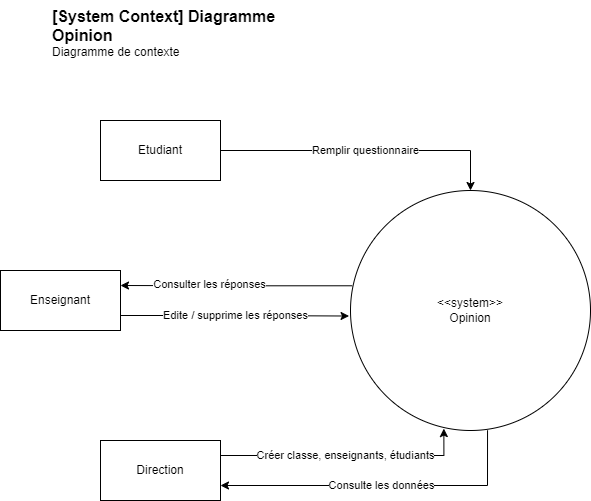
Before: Diagrammes/DiagrammeContext.drawio.png, a diagram exported from draw.io (Devetik/Diagrammes). Source tidied: cells renumbered, new cells last; positions are measured from the earlier drawing's top-left corner, leaving out a move shared by most shapes.
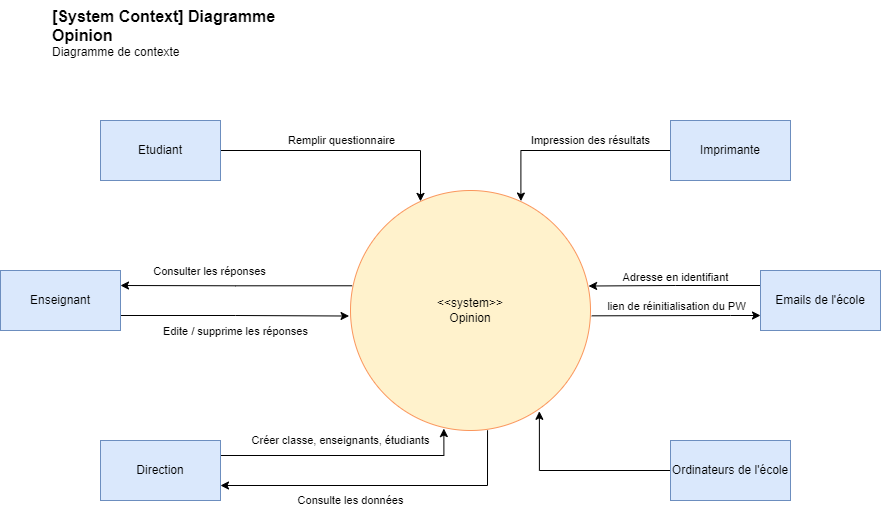
Above is the later version.

What changed in the source:
```diff
@@ -3,33 +3,39 @@
     <mxCell id="0" />
     <mxCell id="1" parent="0" />
     <mxCell id="2" value="Remplir questionnaire" style="edgeStyle=orthogonalEdgeStyle;rounded=0;jettySize=auto;html=1;exitX=1;exitY=0.5;exitDx=0;exitDy=0;" parent="1" edge="1" source="3" target="11">
-      <mxGeometry relative="1" as="geometry" />
+      <mxGeometry x="-0.03" y="10" relative="1" as="geometry">
+        <Array as="points">
+          <mxPoint x="420" y="150" />
+        </Array>
+      </mxGeometry>
     </mxCell>
-    <mxCell id="3" value="Etudiant" style="rounded=0;whiteSpace=wrap;html=1;gradientColor=none;fillColor=none;" parent="1" vertex="1">
+    <mxCell id="3" value="Etudiant" style="rounded=0;whiteSpace=wrap;html=1;fillColor=#dae8fc;strokeColor=#6c8ebf;" parent="1" vertex="1">
       <mxGeometry x="100" y="120" width="120" height="60" as="geometry" />
     </mxCell>
     <mxCell id="4" value="Edite / supprime les réponses" style="edgeStyle=orthogonalEdgeStyle;rounded=0;jettySize=auto;html=1;exitX=1;exitY=0.75;exitDx=0;exitDy=0;entryX=-0.006;entryY=0.523;entryDx=0;entryDy=0;entryPerimeter=0;" parent="1" edge="1" source="5" target="11">
-      <mxGeometry relative="1" as="geometry" />
+      <mxGeometry x="0.01" y="-15" relative="1" as="geometry" />
     </mxCell>
-    <mxCell id="5" value="Enseignant" style="rounded=0;whiteSpace=wrap;html=1;fillColor=none;gradientColor=none;" parent="1" vertex="1">
+    <mxCell id="5" value="Enseignant" style="rounded=0;whiteSpace=wrap;html=1;fillColor=#dae8fc;strokeColor=#6c8ebf;" parent="1" vertex="1">
       <mxGeometry y="270" width="120" height="60" as="geometry" />
     </mxCell>
     <mxCell id="6" value="Créer classe, enseignants, étudiants" style="edgeStyle=orthogonalEdgeStyle;rounded=0;jettySize=auto;html=1;exitX=1;exitY=0.25;exitDx=0;exitDy=0;entryX=0.389;entryY=0.992;entryDx=0;entryDy=0;entryPerimeter=0;" parent="1" edge="1" source="7" target="11">
-      <mxGeometry relative="1" as="geometry" />
+      <mxGeometry x="-0.04" y="15" relative="1" as="geometry" />
     </mxCell>
-    <mxCell id="7" value="Direction" style="rounded=0;whiteSpace=wrap;html=1;fillColor=none;gradientColor=none;" parent="1" vertex="1">
+    <mxCell id="7" value="Direction" style="rounded=0;whiteSpace=wrap;html=1;fillColor=#dae8fc;strokeColor=#6c8ebf;" parent="1" vertex="1">
       <mxGeometry x="100" y="440" width="120" height="60" as="geometry" />
     </mxCell>
     <mxCell id="8" style="edgeStyle=orthogonalEdgeStyle;rounded=0;jettySize=auto;html=1;exitX=0.007;exitY=0.397;exitDx=0;exitDy=0;entryX=1;entryY=0.25;entryDx=0;entryDy=0;exitPerimeter=0;" parent="1" edge="1" source="11" target="5">
       <mxGeometry relative="1" as="geometry" />
     </mxCell>
     <mxCell id="9" value="Consulter les réponses" style="edgeLabel;html=1;align=center;verticalAlign=middle;" parent="8" vertex="1">
-      <mxGeometry x="0.24" y="-2" relative="1" as="geometry" />
+      <mxGeometry x="0.24" y="-2" relative="1" as="geometry">
+        <mxPoint y="-13" as="offset" />
+      </mxGeometry>
     </mxCell>
     <mxCell id="10" value="Consulte les données" style="edgeStyle=orthogonalEdgeStyle;rounded=0;jettySize=auto;html=1;exitX=0.571;exitY=0.999;exitDx=0;exitDy=0;entryX=1;entryY=0.75;entryDx=0;entryDy=0;exitPerimeter=0;" parent="1" edge="1" source="11" target="7">
-      <mxGeometry relative="1" as="geometry" />
+      <mxGeometry x="0.19" y="15" relative="1" as="geometry" />
     </mxCell>
-    <mxCell id="11" value="&amp;lt;&amp;lt;system&amp;gt;&amp;gt;&lt;br&gt;Opinion" style="ellipse;whiteSpace=wrap;html=1;fillColor=none;gradientColor=none;" parent="1" vertex="1">
+    <mxCell id="11" value="&amp;lt;&amp;lt;system&amp;gt;&amp;gt;&lt;br&gt;Opinion" style="ellipse;whiteSpace=wrap;html=1;fillColor=#fff2cc;strokeColor=#FA965C;gradientColor=none;gradientDirection=radial;" parent="1" vertex="1">
       <mxGeometry x="350" y="190" width="240" height="240" as="geometry" />
     </mxCell>
     <object id="12" label="&lt;font style=&quot;font-size: 16px&quot;&gt;&lt;b&gt;&lt;div style=&quot;text-align: left&quot;&gt;%c4Name%&lt;/div&gt;&lt;/b&gt;&lt;/font&gt;&lt;div style=&quot;text-align: left&quot;&gt;%c4Description%&lt;/div&gt;" c4Description="Diagramme de contexte" c4Name="[System Context] Diagramme Opinion" c4Type="ContainerScopeBoundary" placeholders="1">
@@ -37,5 +43,32 @@
         <mxGeometry x="50" width="260" height="40" as="geometry" />
       </mxCell>
     </object>
+    <mxCell id="13" value="Impression des résultats" style="edgeStyle=orthogonalEdgeStyle;rounded=0;jettySize=auto;html=1;entryX=0.71;entryY=0.044;entryDx=0;entryDy=0;entryPerimeter=0;" parent="1" edge="1" source="14" target="11">
+      <mxGeometry x="-0.2" y="-10" relative="1" as="geometry" />
+    </mxCell>
+    <mxCell id="14" value="Imprimante" style="rounded=0;whiteSpace=wrap;html=1;fillColor=#dae8fc;strokeColor=#6c8ebf;" parent="1" vertex="1">
+      <mxGeometry x="670" y="120" width="120" height="60" as="geometry" />
+    </mxCell>
+    <mxCell id="15" style="edgeStyle=orthogonalEdgeStyle;rounded=0;jettySize=auto;html=1;entryX=0.787;entryY=0.92;entryDx=0;entryDy=0;entryPerimeter=0;verticalAlign=bottom;" parent="1" edge="1" source="16" target="11">
+      <mxGeometry relative="1" as="geometry" />
+    </mxCell>
+    <mxCell id="16" value="Ordinateurs de l'école" style="rounded=0;whiteSpace=wrap;html=1;strokeColor=#6c8ebf;fillColor=#dae8fc;gradientDirection=radial;" parent="1" vertex="1">
+      <mxGeometry x="670" y="440" width="120" height="60" as="geometry" />
+    </mxCell>
+    <mxCell id="17" value="lien de réinitialisation du PW" style="edgeStyle=orthogonalEdgeStyle;rounded=0;jettySize=auto;html=1;exitX=0;exitY=0.75;exitDx=0;exitDy=0;startArrow=classic;startFill=1;endArrow=none;endFill=0;verticalAlign=bottom;" parent="1" edge="1" source="19">
+      <mxGeometry relative="1" as="geometry">
+        <mxPoint x="591.3" y="315.3" as="targetPoint" />
+        <Array as="points">
+          <mxPoint x="730" y="315" />
+          <mxPoint x="730" y="315" />
+        </Array>
+      </mxGeometry>
+    </mxCell>
+    <mxCell id="18" value="Adresse en identifiant" style="edgeStyle=orthogonalEdgeStyle;rounded=0;jettySize=auto;html=1;exitX=0;exitY=0.25;exitDx=0;exitDy=0;entryX=0.992;entryY=0.398;entryDx=0;entryDy=0;entryPerimeter=0;startArrow=none;startFill=0;endArrow=classic;endFill=1;verticalAlign=bottom;" parent="1" edge="1" source="19" target="11">
+      <mxGeometry relative="1" as="geometry" />
+    </mxCell>
+    <mxCell id="19" value="Emails de l'école" style="rounded=0;whiteSpace=wrap;html=1;strokeColor=#6c8ebf;fillColor=#dae8fc;gradientDirection=radial;" parent="1" vertex="1">
+      <mxGeometry x="760" y="270" width="120" height="60" as="geometry" />
+    </mxCell>
   </root>
 </mxGraphModel>
```
